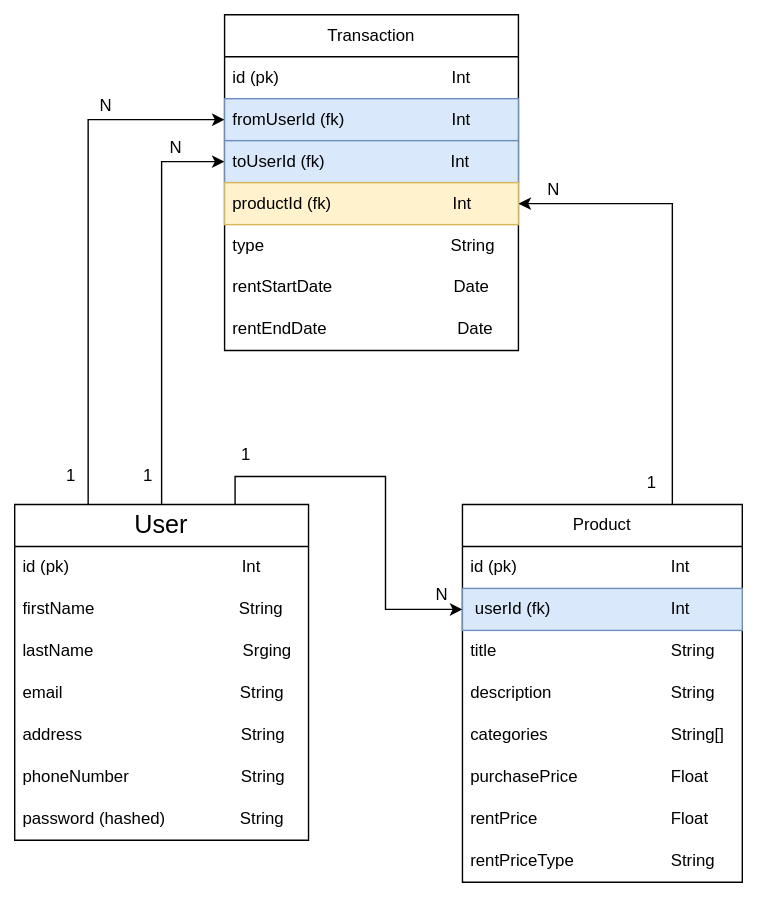
FahadulShadhin/teebay keeps this draw.io diagram as assets/data-model.drawio.svg. Above is the earlier version. Source tidied: cells renumbered, new cells last; positions are measured from the earlier drawing's top-left corner, leaving out a move shared by most shapes.
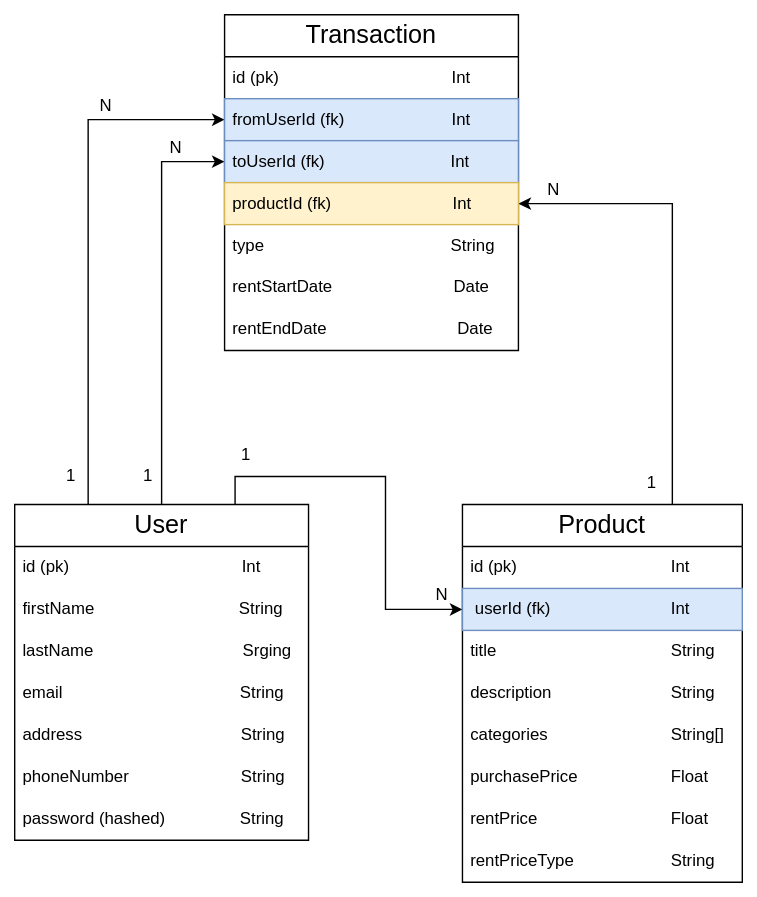
After the commit.

The edit, as a diff of the source:
```diff
@@ -38,7 +38,7 @@
     <mxCell id="13" style="edgeStyle=orthogonalEdgeStyle;rounded=0;jettySize=auto;html=1;exitX=0.75;exitY=0;exitDx=0;exitDy=0;entryX=1;entryY=0.5;entryDx=0;entryDy=0;" parent="1" edge="1" source="14" target="29">
       <mxGeometry relative="1" as="geometry" />
     </mxCell>
-    <mxCell id="14" value="Product" style="swimlane;fontStyle=0;horizontal=1;startSize=30;whiteSpace=wrap;html=1;" parent="1" vertex="1">
+    <mxCell id="14" value="&lt;font style=&quot;font-size: 18px;&quot;&gt;Product&lt;/font&gt;" style="swimlane;fontStyle=0;horizontal=1;startSize=30;whiteSpace=wrap;html=1;" parent="1" vertex="1">
       <mxGeometry x="320" y="350" width="200" height="270" as="geometry" />
     </mxCell>
     <mxCell id="15" value="id (pk)&amp;nbsp; &amp;nbsp; &amp;nbsp; &amp;nbsp; &amp;nbsp; &amp;nbsp; &amp;nbsp; &lt;span style=&quot;white-space: pre;&quot;&gt;&#9;&lt;/span&gt;&amp;nbsp; &amp;nbsp; &amp;nbsp; &amp;nbsp; &amp;nbsp; &amp;nbsp;Int" style="text;strokeColor=none;fillColor=none;align=left;verticalAlign=middle;spacingLeft=4;spacingRight=4;overflow=hidden;whiteSpace=wrap;html=1;" parent="14" vertex="1">
@@ -71,7 +71,7 @@
     <mxCell id="24" value="N" style="text;html=1;align=center;verticalAlign=middle;strokeColor=none;fillColor=none;" parent="1" vertex="1">
       <mxGeometry x="290" y="400" width="30" height="30" as="geometry" />
     </mxCell>
-    <mxCell id="25" value="Transaction" style="swimlane;fontStyle=0;horizontal=1;startSize=30;whiteSpace=wrap;html=1;" parent="1" vertex="1">
+    <mxCell id="25" value="&lt;font style=&quot;font-size: 18px;&quot;&gt;Transaction&lt;/font&gt;" style="swimlane;fontStyle=0;horizontal=1;startSize=30;whiteSpace=wrap;html=1;" parent="1" vertex="1">
       <mxGeometry x="150" width="210" height="240" as="geometry" />
     </mxCell>
     <mxCell id="26" value="id (pk)&amp;nbsp; &amp;nbsp; &amp;nbsp; &amp;nbsp; &amp;nbsp; &amp;nbsp; &amp;nbsp; &amp;nbsp; &amp;nbsp; &amp;nbsp; &amp;nbsp; &amp;nbsp; &amp;nbsp; &amp;nbsp; &amp;nbsp; &amp;nbsp; &amp;nbsp; &amp;nbsp; &amp;nbsp;Int" style="text;strokeColor=none;fillColor=none;align=left;verticalAlign=middle;spacingLeft=4;spacingRight=4;overflow=hidden;whiteSpace=wrap;html=1;" parent="25" vertex="1">
```
